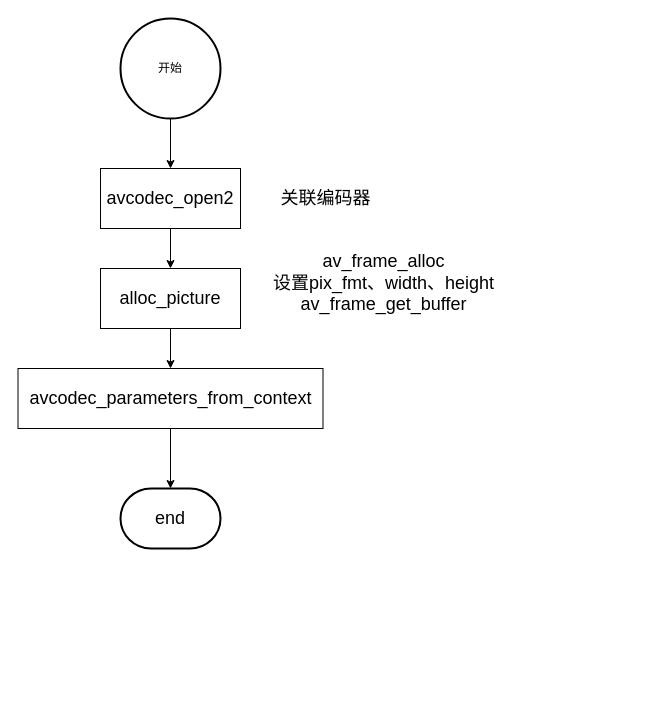
Earlier version of the draw.io diagram note/5.ffmpeg编程/open_video.drawio (WONGZEONJYU/Audio_and-_Video_Note). Source tidied: cells renumbered, new cells numbered last; positions are measured from the earlier drawing's top-left corner, leaving out a move shared by most shapes. Both pictures are drawn from the tidied source at 100%, with x=0, y=0 at pixel (18, 18).
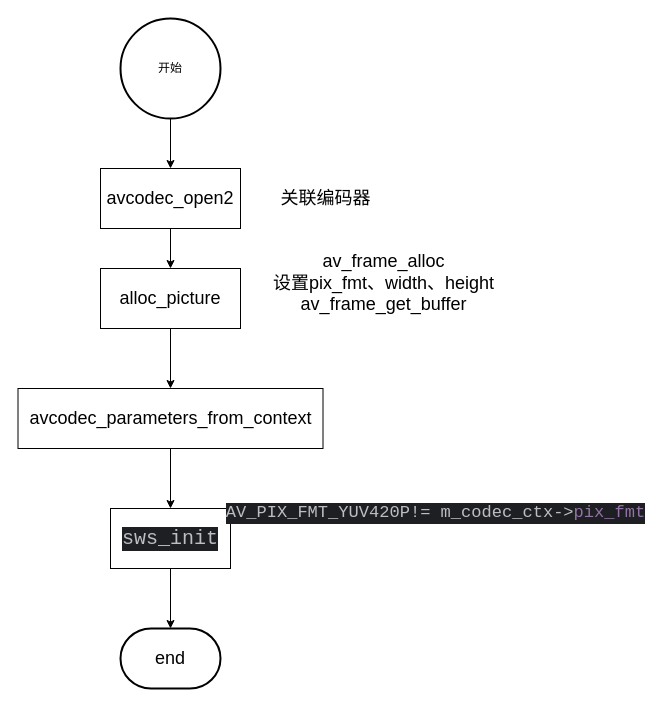
The same page after the edit.

Change to the diagram source:
```diff
@@
 <mxGraphModel>
   <root>
     <mxCell id="0" />
     <mxCell id="1" parent="0" />
     <mxCell id="2" style="edgeStyle=orthogonalEdgeStyle;rounded=0;jettySize=auto;html=1;exitX=0.5;exitY=1;exitDx=0;exitDy=0;exitPerimeter=0;" parent="1" edge="1" source="3" target="5">
       <mxGeometry relative="1" as="geometry" />
     </mxCell>
     <mxCell id="3" value="开始" style="strokeWidth=2;html=1;shape=mxgraph.flowchart.start_2;whiteSpace=wrap;" parent="1" vertex="1">
       <mxGeometry x="102" width="100" height="100" as="geometry" />
     </mxCell>
     <mxCell id="4" style="edgeStyle=orthogonalEdgeStyle;rounded=0;jettySize=auto;html=1;exitX=0.5;exitY=1;exitDx=0;exitDy=0;" parent="1" edge="1" source="5" target="8">
       <mxGeometry relative="1" as="geometry" />
     </mxCell>
     <mxCell id="5" value="avcodec_open2" style="rounded=0;whiteSpace=wrap;html=1;fontSize=18;" parent="1" vertex="1">
       <mxGeometry x="82" y="150" width="140" height="60" as="geometry" />
     </mxCell>
     <mxCell id="6" value="关联编码器" style="text;html=1;align=center;verticalAlign=middle;strokeColor=none;fillColor=none;fontSize=18;" parent="1" vertex="1">
       <mxGeometry x="252" y="160" width="110" height="40" as="geometry" />
     </mxCell>
     <mxCell id="7" style="edgeStyle=orthogonalEdgeStyle;rounded=0;jettySize=auto;html=1;exitX=0.5;exitY=1;exitDx=0;exitDy=0;entryX=0.5;entryY=0;entryDx=0;entryDy=0;" parent="1" edge="1" source="8" target="10">
       <mxGeometry relative="1" as="geometry" />
     </mxCell>
     <mxCell id="8" value="alloc_picture" style="rounded=0;whiteSpace=wrap;html=1;fontSize=18;" parent="1" vertex="1">
       <mxGeometry x="82" y="250" width="140" height="60" as="geometry" />
     </mxCell>
     <mxCell id="9" value="av_frame_alloc&lt;div&gt;设置pix_fmt、width、height&lt;/div&gt;&lt;div&gt;&lt;span style=&quot;text-wrap: wrap;&quot;&gt;av_frame_get_buffer&lt;/span&gt;&lt;br&gt;&lt;/div&gt;" style="text;html=1;align=center;verticalAlign=middle;strokeColor=none;fillColor=none;fontSize=18;" parent="1" vertex="1">
       <mxGeometry x="245" y="225" width="240" height="80" as="geometry" />
     </mxCell>
+    <mxCell id="13" style="edgeStyle=orthogonalEdgeStyle;rounded=0;jettySize=auto;html=1;exitX=0.5;exitY=1;exitDx=0;exitDy=0;entryX=0.5;entryY=0;entryDx=0;entryDy=0;" parent="1" edge="1" source="10" target="15">
+      <mxGeometry relative="1" as="geometry" />
+    </mxCell>
     <mxCell id="10" value="avcodec_parameters_from_context" style="rounded=0;whiteSpace=wrap;html=1;fontSize=18;" parent="1" vertex="1">
-      <mxGeometry x="-0.5" y="350" width="305" height="60" as="geometry" />
+      <mxGeometry x="-0.5" y="370" width="305" height="60" as="geometry" />
     </mxCell>
     <mxCell id="11" value="end" style="strokeWidth=2;html=1;shape=mxgraph.flowchart.terminator;whiteSpace=wrap;fontSize=18;" parent="1" vertex="1">
-      <mxGeometry x="102" y="470" width="100" height="60" as="geometry" />
+      <mxGeometry x="102" y="610" width="100" height="60" as="geometry" />
     </mxCell>
-    <mxCell id="12" style="edgeStyle=orthogonalEdgeStyle;rounded=0;jettySize=auto;html=1;exitX=0.5;exitY=1;exitDx=0;exitDy=0;entryX=0.5;entryY=0;entryDx=0;entryDy=0;entryPerimeter=0;" parent="1" edge="1" source="10" target="11">
-      <mxGeometry relative="1" as="geometry" />
-    </mxCell>
+    <mxCell id="14" style="edgeStyle=orthogonalEdgeStyle;rounded=0;jettySize=auto;html=1;exitX=0.5;exitY=1;exitDx=0;exitDy=0;" parent="1" edge="1" source="15" target="11">
+      <mxGeometry relative="1" as="geometry" />
+    </mxCell>
+    <mxCell id="15" value="&lt;div style=&quot;background-color:#1e1f22;color:#bcbec4&quot;&gt;&lt;pre style=&quot;font-family: &amp;quot;JetBrains Mono&amp;quot;, monospace;&quot;&gt;&lt;font style=&quot;font-size: 20px;&quot;&gt;sws_init&lt;/font&gt;&lt;/pre&gt;&lt;/div&gt;" style="whiteSpace=wrap;html=1;" parent="1" vertex="1">
+      <mxGeometry x="92" y="490" width="120" height="60" as="geometry" />
+    </mxCell>
+    <mxCell id="16" value="&lt;div style=&quot;background-color:#1e1f22;color:#bcbec4&quot;&gt;&lt;pre style=&quot;font-family:'JetBrains Mono',monospace;font-size:12.8pt;&quot;&gt;AV_PIX_FMT_YUV420P!= m_codec_ctx-&amp;gt;&lt;span style=&quot;color:#9373a5;&quot;&gt;pix_fmt&lt;/span&gt;&lt;/pre&gt;&lt;/div&gt;" style="text;html=1;align=center;verticalAlign=middle;strokeColor=none;fillColor=none;" parent="1" vertex="1">
+      <mxGeometry x="222" y="460" width="390" height="70" as="geometry" />
+    </mxCell>
   </root>
 </mxGraphModel>
```
